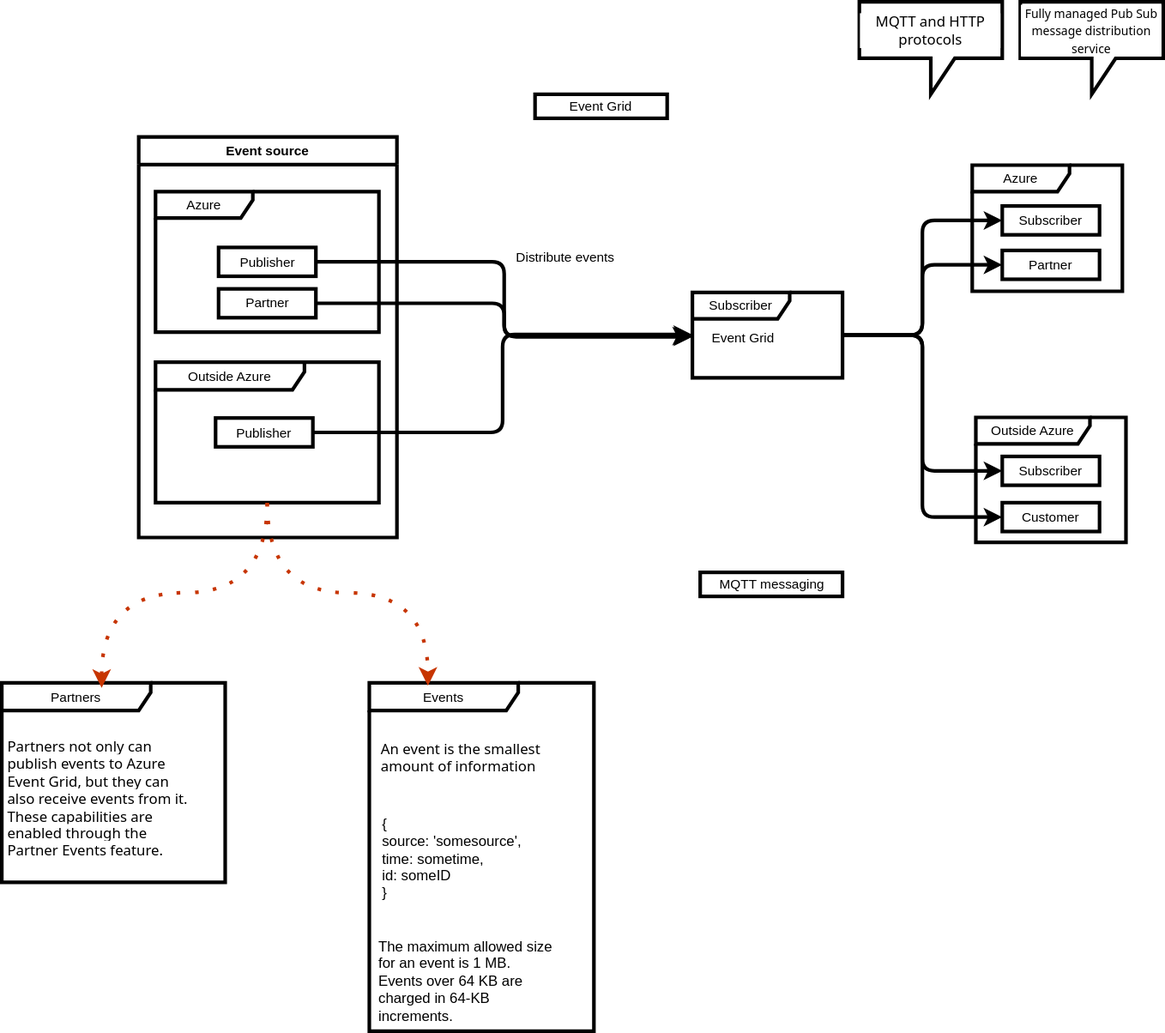
Above: azure/fundamentals/event-grid-test.drawio.svg in sunnybharne/draw.io (draw.io), before the change. Source tidied: cells renumbered, new cells last; positions are measured from the earlier drawing's top-left corner, leaving out a move shared by most shapes.
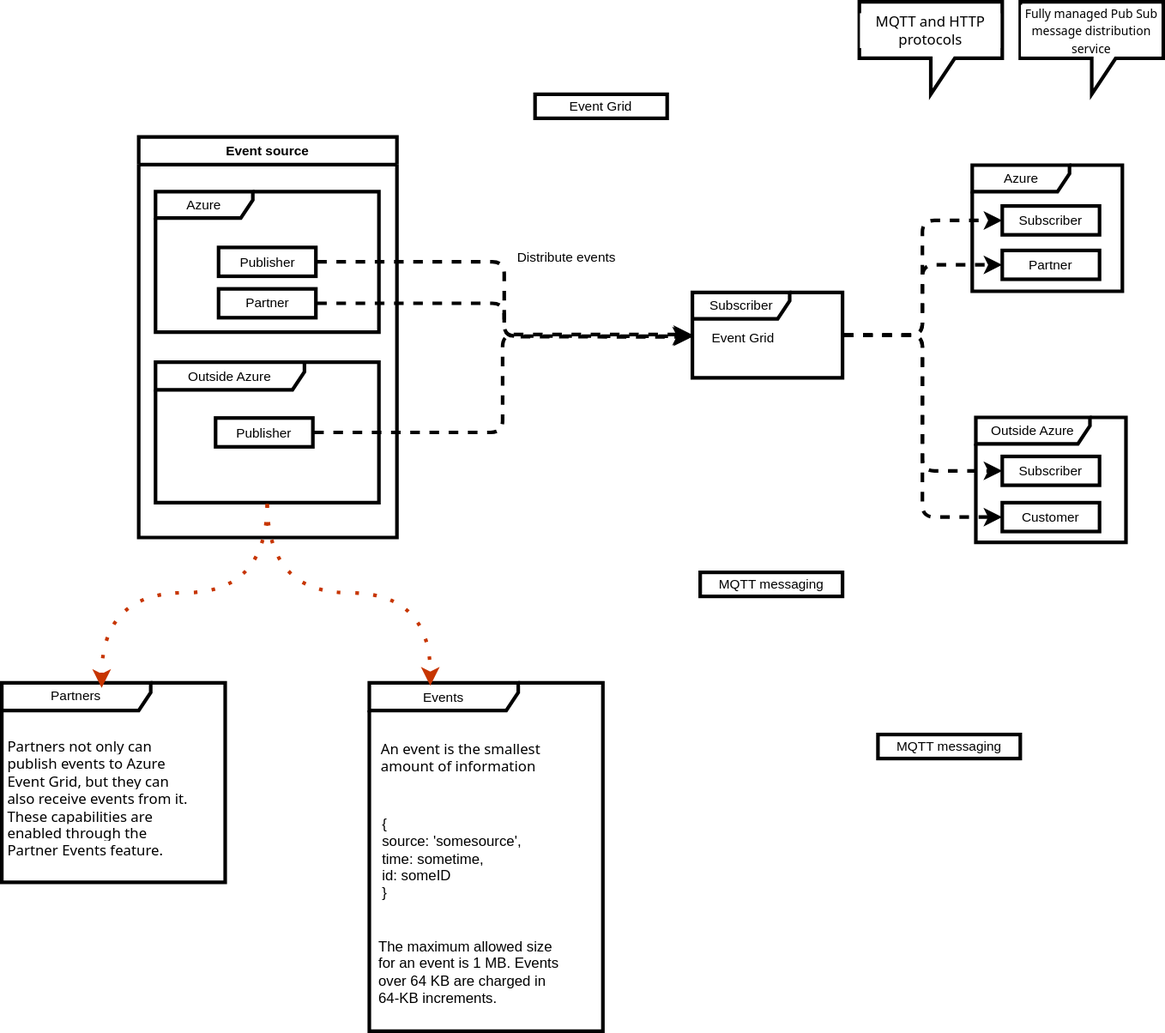
Later version of the same file.

What changed in the source:
```diff
@@ -87,19 +87,19 @@
       <mxGeometry x="3" y="40" width="162" height="112" as="geometry" />
     </mxCell>
     <mxCell id="30" style="group;" parent="1" vertex="1">
-      <mxGeometry x="306" y="567" width="200" height="290" as="geometry" />
+      <mxGeometry x="306" y="567" width="208" height="290" as="geometry" />
     </mxCell>
     <mxCell id="31" value="Events" style="shape=umlFrame;whiteSpace=wrap;html=1;fontFamily=Helvetica;fontSize=11;fontColor=default;labelBackgroundColor=default;strokeWidth=3;width=124;height=23;" parent="30" vertex="1">
-      <mxGeometry width="187" height="290" as="geometry" />
+      <mxGeometry width="194.5" height="290" as="geometry" />
     </mxCell>
     <mxCell id="32" value="&lt;p style=&quot;box-sizing: inherit; outline-color: inherit; margin: 1rem 0px 0px; padding: 0px; overflow-wrap: break-word; caret-color: rgb(230, 230, 230); font-family: &amp;quot;Segoe UI&amp;quot;, SegoeUI, &amp;quot;Helvetica Neue&amp;quot;, Helvetica, Arial, sans-serif; font-size: 12px;&quot;&gt;&lt;font style=&quot;font-size: 12px;&quot;&gt;An event is the smallest amount of information&amp;nbsp;&lt;/font&gt;&lt;/p&gt;&lt;p style=&quot;font-size: 12px; box-sizing: inherit; outline-color: inherit; margin: 1rem 0px 0px; padding: 0px; overflow-wrap: break-word; caret-color: rgb(230, 230, 230); font-family: &amp;quot;Segoe UI&amp;quot;, SegoeUI, &amp;quot;Helvetica Neue&amp;quot;, Helvetica, Arial, sans-serif;&quot;&gt;&lt;br&gt;&lt;/p&gt;" style="text;whiteSpace=wrap;html=1;fontFamily=Helvetica;fontSize=11;fontColor=default;labelBackgroundColor=default;" parent="30" vertex="1">
-      <mxGeometry x="7.5" y="26.2" width="137" height="45.8" as="geometry" />
+      <mxGeometry x="7.8" y="26.2" width="142.5" height="45.8" as="geometry" />
     </mxCell>
     <mxCell id="33" value="&lt;div style=&quot;font-size: 12px;&quot;&gt;&lt;font style=&quot;font-size: 12px;&quot;&gt;&lt;br&gt;&lt;/font&gt;&lt;/div&gt;&lt;font style=&quot;font-size: 12px;&quot;&gt;{&lt;/font&gt;&lt;div style=&quot;font-size: 12px;&quot;&gt;&lt;font style=&quot;font-size: 12px;&quot;&gt;source: 'somesource',&lt;/font&gt;&lt;/div&gt;&lt;div style=&quot;font-size: 12px;&quot;&gt;&lt;font style=&quot;font-size: 12px;&quot;&gt;time: sometime,&lt;/font&gt;&lt;/div&gt;&lt;div style=&quot;font-size: 12px;&quot;&gt;&lt;font style=&quot;font-size: 12px;&quot;&gt;id: someID&lt;br&gt;&lt;/font&gt;&lt;div&gt;&lt;font style=&quot;font-size: 12px;&quot;&gt;}&lt;/font&gt;&lt;/div&gt;&lt;/div&gt;" style="text;html=1;align=left;verticalAlign=middle;strokeColor=none;fillColor=none;fontFamily=Helvetica;fontSize=11;fontColor=default;labelBackgroundColor=default;" parent="30" vertex="1">
-      <mxGeometry x="9" y="91" width="134" height="96" as="geometry" />
+      <mxGeometry x="9.4" y="91" width="134" height="96" as="geometry" />
     </mxCell>
     <mxCell id="34" value="&lt;span style=&quot;caret-color: rgb(230, 230, 230); background-color: rgb(255, 255, 255);&quot;&gt;&lt;font face=&quot;Helvetica&quot; style=&quot;font-size: 12px;&quot;&gt;The maximum allowed size for an event is 1 MB. Events over 64 KB are charged in 64-KB increments.&lt;/font&gt;&lt;/span&gt;" style="text;whiteSpace=wrap;html=1;fontFamily=Helvetica;fontSize=11;fontColor=default;labelBackgroundColor=default;" parent="30" vertex="1">
-      <mxGeometry x="6" y="205.9" width="151" height="60.7" as="geometry" />
+      <mxGeometry x="6.2" y="205.9" width="157" height="60.7" as="geometry" />
     </mxCell>
     <mxCell id="35" value="Event source" style="swimlane;whiteSpace=wrap;html=1;strokeColor=default;strokeWidth=3;align=center;verticalAlign=middle;fontFamily=Helvetica;fontSize=11;fontColor=default;labelBackgroundColor=default;fillColor=default;" parent="1" vertex="1">
       <mxGeometry x="114" y="112.5" width="215" height="333.5" as="geometry" />
@@ -110,5 +110,8 @@
     <mxCell id="37" style="edgeStyle=orthogonalEdgeStyle;shape=connector;curved=1;rounded=0;jettySize=auto;html=1;entryX=0.447;entryY=0.025;entryDx=0;entryDy=0;entryPerimeter=0;strokeColor=#C73500;strokeWidth=3;align=center;verticalAlign=top;fontFamily=Helvetica;fontSize=11;fontColor=default;labelBackgroundColor=default;endArrow=classic;flowAnimation=1;dashed=1;dashPattern=1 4;fillColor=#fa6800;" parent="1" edge="1" source="6" target="28">
       <mxGeometry relative="1" as="geometry" />
     </mxCell>
+    <mxCell id="38" value="MQTT messaging" style="html=1;whiteSpace=wrap;fontFamily=Helvetica;fontSize=11;fontColor=default;labelBackgroundColor=default;strokeWidth=3;" parent="1" vertex="1">
+      <mxGeometry x="729.5" y="610" width="118.5" height="20" as="geometry" />
+    </mxCell>
   </root>
 </mxGraphModel>
```
